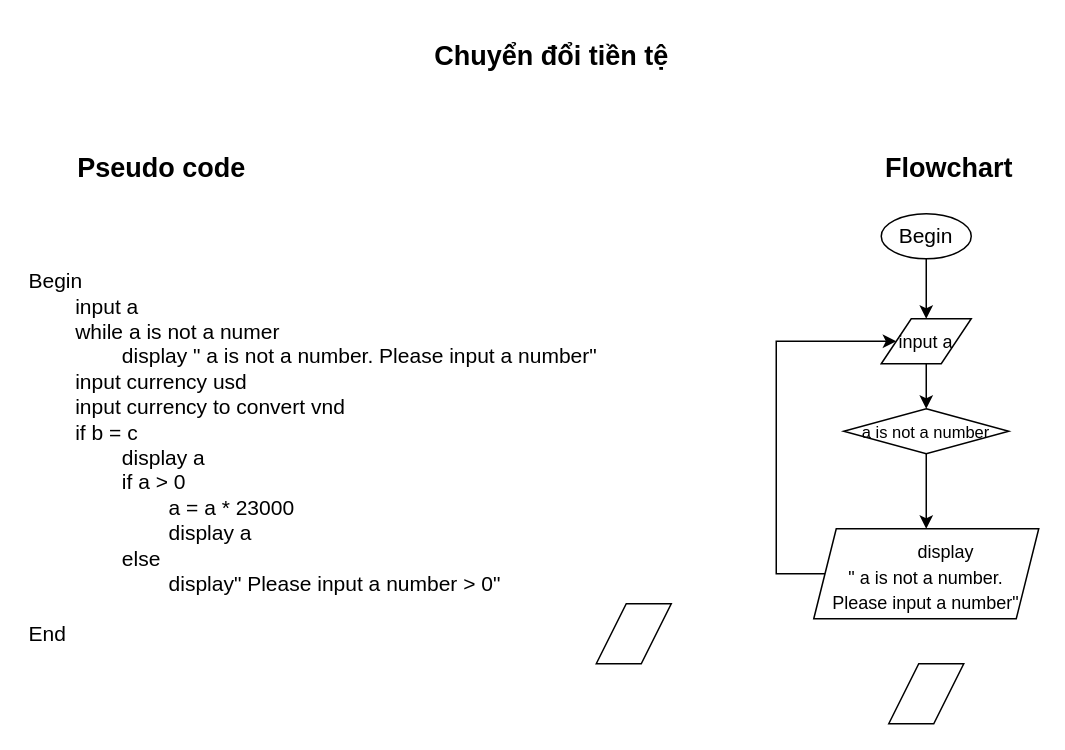
Trongtangoc/CGDN-C0824M1-Ta-Ngoc-Trong keeps this draw.io diagram as page "chuyển đổi tiền tệ" (4 of 5) of ss3_Hello_world/module1_ss3.drawio. Above is the earlier version. Source tidied: cells renumbered, new cells numbered last; positions are measured from the earlier drawing's top-left corner, leaving out a move shared by most shapes. Both pictures are drawn from the tidied source at 150%, with x=0, y=0 at pixel (26, 26).
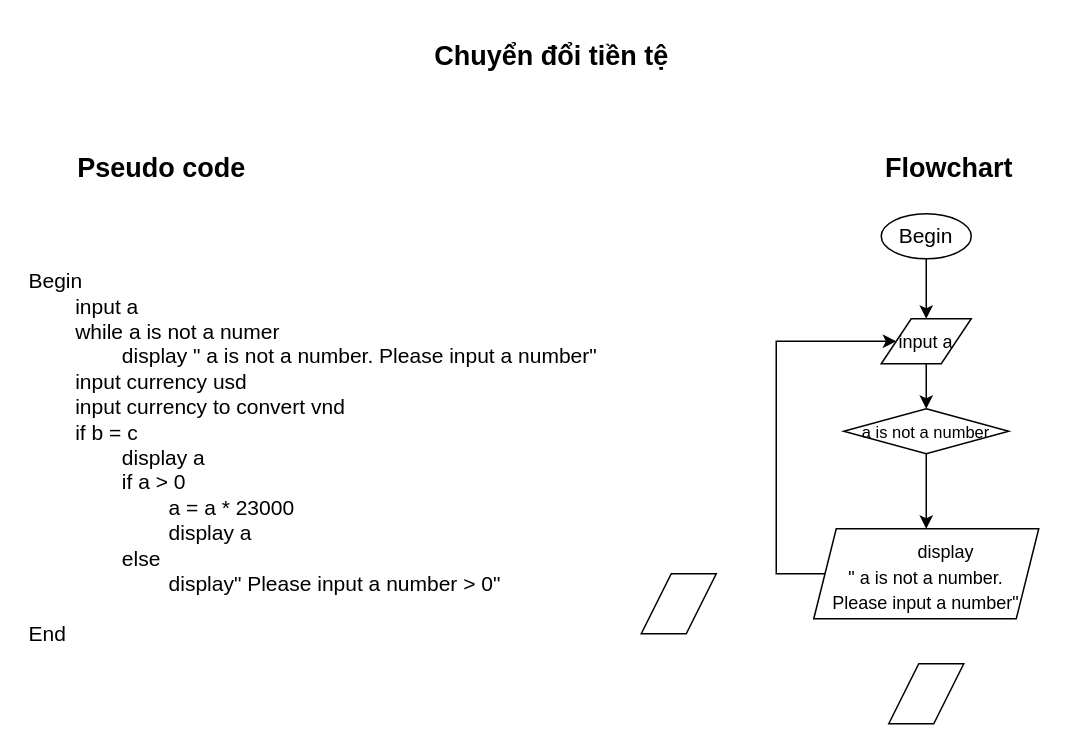
Above is the later version.

Commit message (it also covers changes not shown here):
Cập nhật module1_ss3.drawio

Change to the diagram source:
```diff
@@
 <mxGraphModel>
   <root>
     <mxCell id="0" />
     <mxCell id="1" parent="0" />
     <mxCell id="2" value="&lt;font style=&quot;font-size: 18px;&quot;&gt;&lt;b&gt;Chuyển đổi tiền tệ&lt;/b&gt;&lt;/font&gt;" style="text;html=1;align=center;verticalAlign=middle;strokeColor=none;fillColor=none;" parent="1" vertex="1">
       <mxGeometry x="260" width="180" height="40" as="geometry" />
     </mxCell>
     <mxCell id="3" value="&lt;font style=&quot;font-size: 18px;&quot;&gt;&lt;b&gt;Flowchart&lt;/b&gt;&lt;/font&gt;" style="text;html=1;align=center;verticalAlign=middle;strokeColor=none;fillColor=none;" parent="1" vertex="1">
       <mxGeometry x="560" y="75" width="110" height="40" as="geometry" />
     </mxCell>
     <mxCell id="4" value="&lt;font style=&quot;font-size: 18px;&quot;&gt;&lt;b&gt;Pseudo code&lt;/b&gt;&lt;/font&gt;" style="text;html=1;align=center;verticalAlign=middle;strokeColor=none;fillColor=none;" parent="1" vertex="1">
       <mxGeometry x="20" y="75" width="140" height="40" as="geometry" />
     </mxCell>
     <mxCell id="5" value="Begin&lt;div&gt;&lt;span style=&quot;white-space: pre;&quot;&gt;&#9;&lt;/span&gt;input a&amp;nbsp;&lt;span style=&quot;white-space: pre;&quot;&gt;&#9;&lt;/span&gt;&lt;br&gt;&lt;/div&gt;&lt;div&gt;&lt;span style=&quot;white-space: pre;&quot;&gt;&#9;&lt;/span&gt;while a is not a numer&lt;br&gt;&lt;/div&gt;&lt;div&gt;&lt;span style=&quot;white-space: pre;&quot;&gt;&#9;&lt;/span&gt;&lt;span style=&quot;white-space: pre;&quot;&gt;&#9;&lt;/span&gt;display &quot; a is not a number. Please input a number&quot;&lt;br&gt;&lt;/div&gt;&lt;div&gt;&lt;span style=&quot;white-space: pre;&quot;&gt;&#9;&lt;/span&gt;&lt;span style=&quot;background-color: initial;&quot;&gt;input currency usd&lt;/span&gt;&lt;/div&gt;&lt;div&gt;&lt;span style=&quot;white-space: pre;&quot;&gt;&#9;&lt;/span&gt;input currency to convert vnd&lt;/div&gt;&lt;div&gt;&lt;span style=&quot;white-space: pre;&quot;&gt;&#9;&lt;/span&gt;if b = c&amp;nbsp;&lt;/div&gt;&lt;div&gt;&lt;span style=&quot;white-space: pre;&quot;&gt;&#9;&lt;/span&gt;&lt;span style=&quot;white-space: pre;&quot;&gt;&#9;&lt;/span&gt;display a&lt;br&gt;&lt;/div&gt;&lt;div&gt;&lt;span style=&quot;white-space: pre;&quot;&gt;&#9;&lt;/span&gt;&lt;span style=&quot;white-space: pre;&quot;&gt;&#9;&lt;/span&gt;if a &amp;gt; 0&lt;br&gt;&lt;span style=&quot;white-space: pre;&quot;&gt;&#9;&lt;/span&gt;&lt;span style=&quot;white-space: pre;&quot;&gt;&#9;&lt;/span&gt;&lt;span style=&quot;white-space: pre;&quot;&gt;&#9;&lt;/span&gt;a = a * 23000&lt;br&gt;&lt;/div&gt;&lt;div&gt;&lt;span style=&quot;white-space: pre;&quot;&gt;&#9;&lt;/span&gt;&lt;span style=&quot;white-space: pre;&quot;&gt;&#9;&lt;/span&gt;&lt;span style=&quot;white-space: pre;&quot;&gt;&#9;&lt;/span&gt;display a&lt;br&gt;&lt;span style=&quot;white-space: pre;&quot;&gt;&#9;&lt;/span&gt;&lt;span style=&quot;white-space: pre;&quot;&gt;&#9;&lt;/span&gt;else&lt;/div&gt;&lt;div&gt;&lt;span style=&quot;white-space: pre;&quot;&gt;&#9;&lt;/span&gt;&lt;span style=&quot;white-space: pre;&quot;&gt;&#9;&lt;/span&gt;&lt;span style=&quot;white-space: pre;&quot;&gt;&#9;&lt;/span&gt;display&quot; Please input a number &amp;gt; 0&quot;&lt;/div&gt;&lt;div&gt;&lt;br&gt;&lt;/div&gt;&lt;div&gt;End&lt;span style=&quot;background-color: initial; white-space-collapse: preserve;&quot;&gt;&#9;&lt;/span&gt;&lt;/div&gt;&lt;div&gt;&lt;br&gt;&lt;/div&gt;" style="text;html=1;align=left;verticalAlign=top;strokeColor=none;fillColor=none;fontSize=14;" parent="1" vertex="1">
       <mxGeometry y="155" width="400" height="280" as="geometry" />
     </mxCell>
     <mxCell id="6" style="edgeStyle=orthogonalEdgeStyle;rounded=0;jettySize=auto;html=1;exitX=0.5;exitY=1;exitDx=0;exitDy=0;entryX=0.5;entryY=0;entryDx=0;entryDy=0;fontFamily=Helvetica;fontSize=14;fontColor=default;" parent="1" edge="1" source="7" target="9">
       <mxGeometry relative="1" as="geometry" />
     </mxCell>
     <mxCell id="7" value="Begin" style="ellipse;whiteSpace=wrap;html=1;align=center;verticalAlign=top;fontFamily=Helvetica;fontSize=14;fontColor=default;fillColor=none;gradientColor=none;" parent="1" vertex="1">
       <mxGeometry x="570" y="125" width="60" height="30" as="geometry" />
     </mxCell>
     <mxCell id="8" style="edgeStyle=orthogonalEdgeStyle;rounded=0;jettySize=auto;html=1;exitX=0.5;exitY=1;exitDx=0;exitDy=0;entryX=0.5;entryY=0;entryDx=0;entryDy=0;fontFamily=Helvetica;fontSize=14;fontColor=default;" parent="1" edge="1" source="9" target="13">
       <mxGeometry relative="1" as="geometry" />
     </mxCell>
     <mxCell id="9" value="&lt;font style=&quot;font-size: 12px;&quot;&gt;input a&lt;/font&gt;" style="shape=parallelogram;perimeter=parallelogramPerimeter;whiteSpace=wrap;html=1;fixedSize=1;align=center;verticalAlign=top;fontFamily=Helvetica;fontSize=14;fontColor=default;fillColor=none;gradientColor=none;spacingTop=0;" parent="1" vertex="1">
       <mxGeometry x="570" y="195" width="60" height="30" as="geometry" />
     </mxCell>
     <mxCell id="10" style="edgeStyle=orthogonalEdgeStyle;rounded=0;jettySize=auto;html=1;exitX=0;exitY=0.5;exitDx=0;exitDy=0;entryX=0;entryY=0.5;entryDx=0;entryDy=0;fontFamily=Helvetica;fontSize=14;fontColor=default;" parent="1" edge="1" source="11" target="9">
       <mxGeometry relative="1" as="geometry">
         <Array as="points">
           <mxPoint x="500" y="365" />
           <mxPoint x="500" y="210" />
         </Array>
       </mxGeometry>
     </mxCell>
     <mxCell id="11" value="&lt;span style=&quot;text-wrap: nowrap; font-size: 12px;&quot;&gt;&lt;span style=&quot;white-space: pre;&quot;&gt;&#9;&lt;/span&gt;display &lt;br&gt;&quot; a is not a number. &lt;br&gt;Please input a number&quot;&lt;/span&gt;" style="shape=parallelogram;perimeter=parallelogramPerimeter;whiteSpace=wrap;html=1;fixedSize=1;align=center;verticalAlign=top;fontFamily=Helvetica;fontSize=14;fontColor=default;fillColor=none;gradientColor=none;size=15;" parent="1" vertex="1">
       <mxGeometry x="525" y="335" width="150" height="60" as="geometry" />
     </mxCell>
     <mxCell id="12" style="edgeStyle=orthogonalEdgeStyle;rounded=0;jettySize=auto;html=1;exitX=0.5;exitY=1;exitDx=0;exitDy=0;entryX=0.5;entryY=0;entryDx=0;entryDy=0;fontFamily=Helvetica;fontSize=14;fontColor=default;" parent="1" edge="1" source="13" target="11">
       <mxGeometry relative="1" as="geometry" />
     </mxCell>
     <mxCell id="13" value="&lt;font style=&quot;font-size: 11px;&quot;&gt;a is not a number&lt;/font&gt;" style="rhombus;whiteSpace=wrap;html=1;align=center;verticalAlign=top;fontFamily=Helvetica;fontSize=14;fontColor=default;fillColor=none;gradientColor=none;" parent="1" vertex="1">
       <mxGeometry x="545" y="255" width="110" height="30" as="geometry" />
     </mxCell>
     <mxCell id="14" style="shape=parallelogram;perimeter=parallelogramPerimeter;whiteSpace=wrap;html=1;fixedSize=1;align=left;verticalAlign=top;fontFamily=Helvetica;fontSize=14;fontColor=default;fillColor=none;gradientColor=none;" parent="1" vertex="1">
       <mxGeometry x="575" y="425" width="50" height="40" as="geometry" />
     </mxCell>
-    <mxCell id="15" style="shape=parallelogram;perimeter=parallelogramPerimeter;whiteSpace=wrap;html=1;fixedSize=1;align=left;verticalAlign=top;fontFamily=Helvetica;fontSize=14;fontColor=default;fillColor=none;gradientColor=none;" parent="1" vertex="1">
-      <mxGeometry x="380" y="385" width="50" height="40" as="geometry" />
-    </mxCell>
+    <mxCell id="16" style="shape=parallelogram;perimeter=parallelogramPerimeter;whiteSpace=wrap;html=1;fixedSize=1;align=left;verticalAlign=top;fillColor=none;gradientColor=none;" parent="1" vertex="1">
+      <mxGeometry x="410" y="365" width="50" height="40" as="geometry" />
+    </mxCell>
   </root>
 </mxGraphModel>
```
